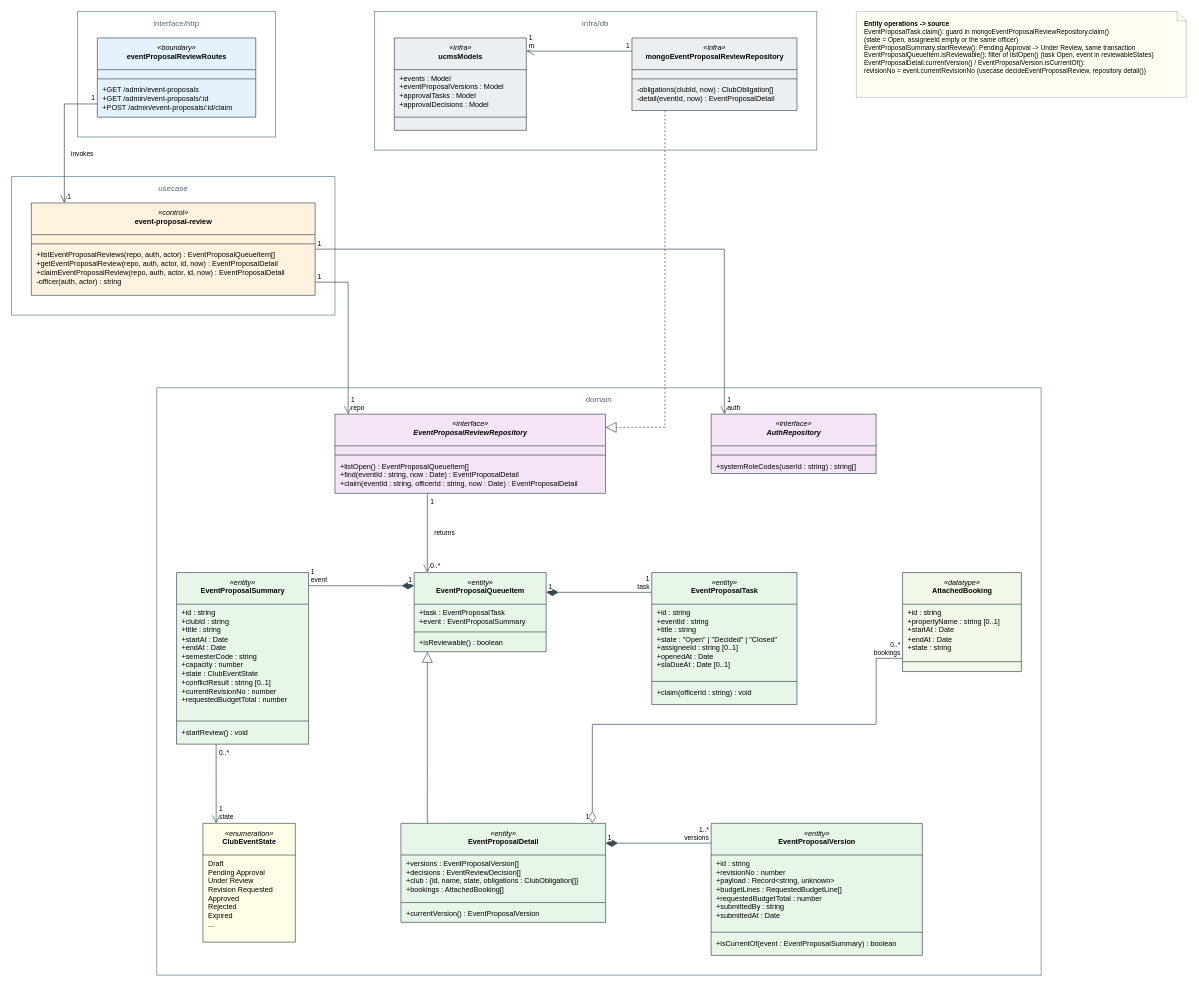
This is page "01 Review-Event-Proposal" (2 of 18) of docs/03-diagrams/UCMS_Class_Diagrams.drawio from nvdekay/ClubManagementSystem, a draw.io file, before an edit. Source tidied: cells renumbered, new cells numbered last; positions are measured from the earlier drawing's top-left corner, leaving out a move shared by most shapes. Both pictures are drawn from the tidied source at 66%, with x=0, y=0 at pixel (11, 11).
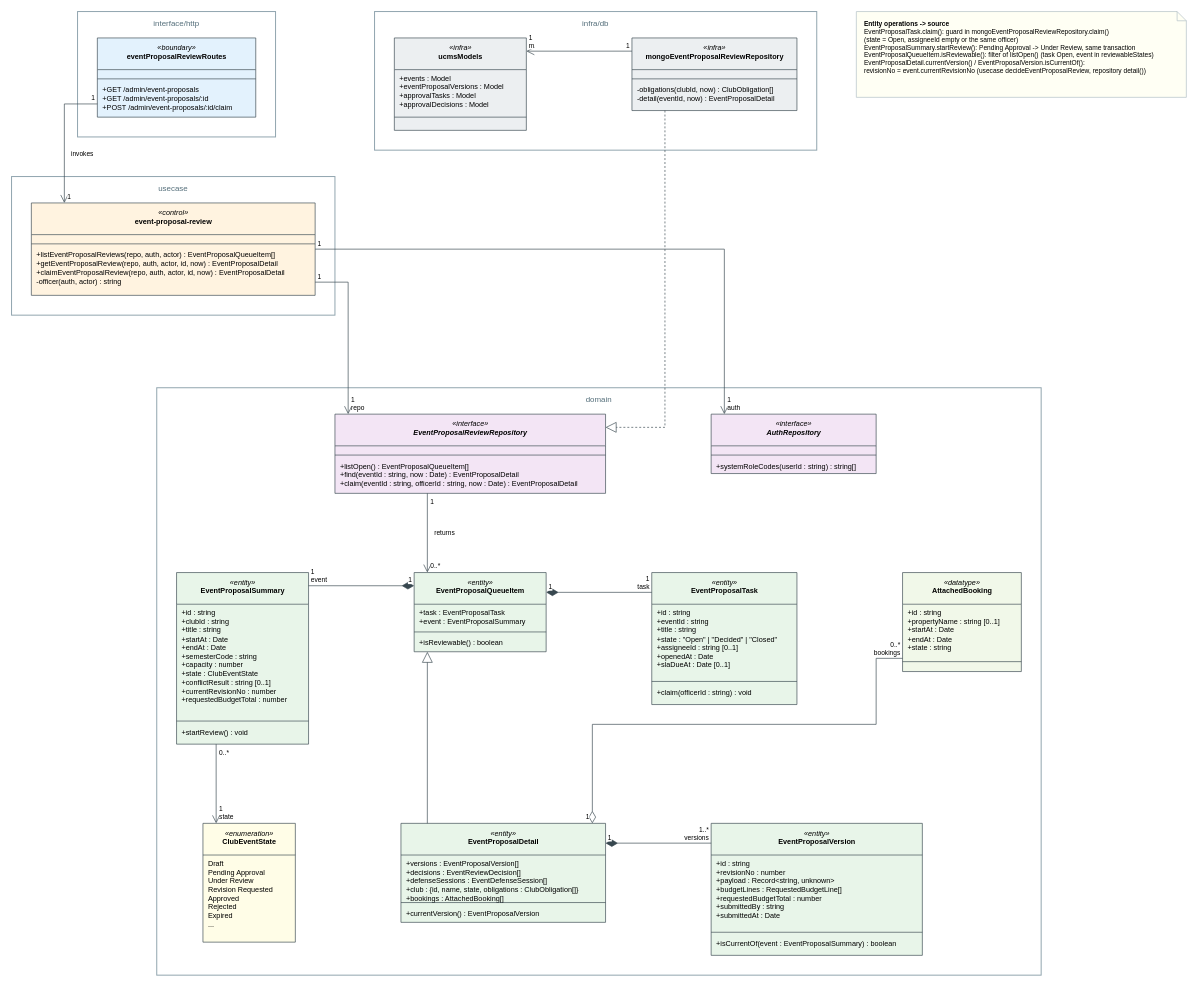
After the change.

Commit message (it also covers changes not shown here):
docs(diagrams): update state, workflow, sequence, screen flow, and class diagrams for event defense

The change refers to these unchanged cells:
```xml
<mxCell id="25" value="&lt;i&gt;«entity»&lt;/i&gt;&lt;br&gt;&lt;b&gt;EventProposalDetail&lt;/b&gt;" style="swimlane;fontStyle=0;html=1;whiteSpace=nowrap;align=center;verticalAlign=top;horizontal=1;startSize=48;fillColor=#E8F5E9;swimlaneFillColor=#E8F5E9;strokeColor=#37474F;fontSize=11;fontFamily=Arial;spacingTop=2;" parent="12" vertex="1">
  <mxGeometry x="370" y="660" width="310" height="150" as="geometry" />
</mxCell>
```

What changed in the source:
```diff
@@
-    <mxCell id="26" value="+versions : EventProposalVersion[]&lt;br&gt;+decisions : EventReviewDecision[]&lt;br&gt;+club : {id, name, state, obligations : ClubObligation[]}&lt;br&gt;+bookings : AttachedBooking[]" style="text;html=1;strokeColor=none;fillColor=none;align=left;verticalAlign=top;spacingLeft=6;spacingRight=4;spacingTop=0;whiteSpace=nowrap;overflow=visible;fontSize=11;fontFamily=Arial;" parent="25" vertex="1">
+    <mxCell id="26" value="+versions : EventProposalVersion[]&lt;br&gt;+decisions : EventReviewDecision[]&lt;br&gt;+defenseSessions : EventDefenseSession[]&lt;br&gt;+club : {id, name, state, obligations : ClubObligation[]}&lt;br&gt;+bookings : AttachedBooking[]" style="text;html=1;strokeColor=none;fillColor=none;align=left;verticalAlign=top;spacingLeft=6;spacingRight=4;spacingTop=0;whiteSpace=nowrap;overflow=visible;fontSize=11;fontFamily=Arial;" parent="25" vertex="1">
       <mxGeometry y="48" width="310" height="68" as="geometry" />
     </mxCell>
```
